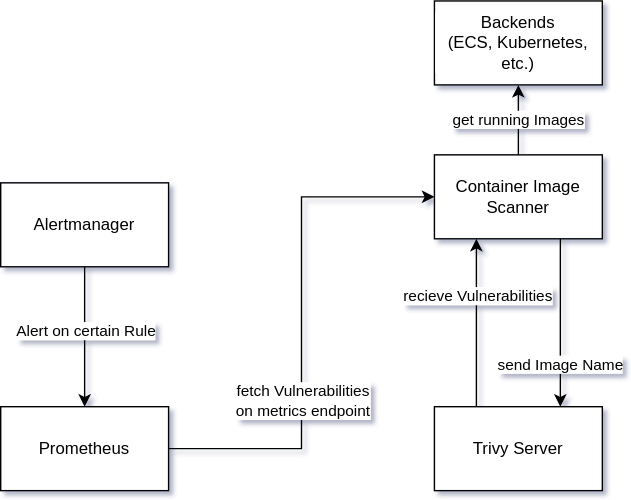
Earlier version of the draw.io export docs/kevo.drawio.svg (hown3d/container-image-scanner). Source tidied: cells renumbered, new cells last; positions are measured from the earlier drawing's top-left corner, leaving out a move shared by most shapes. Its diagram source:
```xml
<mxGraphModel>
  <root>
    <mxCell id="0" />
    <mxCell id="1" parent="0" />
    <mxCell id="2" value="send Image Name" style="edgeStyle=orthogonalEdgeStyle;rounded=0;jettySize=auto;html=1;exitX=0.75;exitY=1;exitDx=0;exitDy=0;entryX=0.75;entryY=0;entryDx=0;entryDy=0;fontColor=default;strokeColor=default;labelBackgroundColor=default;" parent="1" edge="1" source="6" target="9">
      <mxGeometry x="0.5" relative="1" as="geometry" />
    </mxCell>
    <mxCell id="3" style="edgeStyle=orthogonalEdgeStyle;rounded=0;jettySize=auto;html=1;exitX=1;exitY=0.5;exitDx=0;exitDy=0;entryX=0;entryY=0.5;entryDx=0;entryDy=0;labelBackgroundColor=default;fontColor=default;strokeColor=default;" parent="1" edge="1" source="13" target="6">
      <mxGeometry relative="1" as="geometry" />
    </mxCell>
    <mxCell id="4" value="fetch Vulnerabilities&lt;br&gt;on metrics endpoint" style="edgeLabel;html=1;align=center;verticalAlign=middle;fontColor=default;" parent="3" vertex="1">
      <mxGeometry x="-0.3" relative="1" as="geometry" />
    </mxCell>
    <mxCell id="5" value="get running Images" style="edgeStyle=orthogonalEdgeStyle;rounded=0;jettySize=auto;html=1;exitX=0.5;exitY=0;exitDx=0;exitDy=0;entryX=0.5;entryY=1;entryDx=0;entryDy=0;labelBackgroundColor=default;fontColor=default;strokeColor=default;" parent="1" edge="1" source="6" target="14">
      <mxGeometry relative="1" as="geometry" />
    </mxCell>
    <mxCell id="6" value="Container Image Scanner" style="rounded=0;whiteSpace=wrap;html=1;fillColor=default;strokeColor=default;fontColor=default;" parent="1" vertex="1">
      <mxGeometry x="310" y="110" width="120" height="60" as="geometry" />
    </mxCell>
    <mxCell id="7" style="edgeStyle=orthogonalEdgeStyle;rounded=0;jettySize=auto;html=1;exitX=0.25;exitY=0;exitDx=0;exitDy=0;entryX=0.25;entryY=1;entryDx=0;entryDy=0;fontColor=default;strokeColor=default;labelBackgroundColor=default;" parent="1" edge="1" source="9" target="6">
      <mxGeometry relative="1" as="geometry" />
    </mxCell>
    <mxCell id="8" value="recieve Vulnerabilities" style="edgeLabel;html=1;align=center;verticalAlign=middle;fontColor=default;labelBackgroundColor=default;" parent="7" vertex="1">
      <mxGeometry x="0.02" y="-3" relative="1" as="geometry">
        <mxPoint x="-3" y="-19" as="offset" />
      </mxGeometry>
    </mxCell>
    <mxCell id="9" value="Trivy Server" style="rounded=0;whiteSpace=wrap;html=1;fillColor=default;strokeColor=default;fontColor=default;" parent="1" vertex="1">
      <mxGeometry x="310" y="290" width="120" height="60" as="geometry" />
    </mxCell>
    <mxCell id="10" style="edgeStyle=orthogonalEdgeStyle;rounded=0;jettySize=auto;html=1;exitX=0.5;exitY=1;exitDx=0;exitDy=0;entryX=0.5;entryY=0;entryDx=0;entryDy=0;labelBackgroundColor=default;fontColor=default;strokeColor=default;" parent="1" edge="1" source="12" target="13">
      <mxGeometry relative="1" as="geometry" />
    </mxCell>
    <mxCell id="11" value="Alert on certain Rule" style="edgeLabel;html=1;align=center;verticalAlign=middle;fontColor=default;" parent="10" vertex="1">
      <mxGeometry x="-0.1" relative="1" as="geometry" />
    </mxCell>
    <mxCell id="12" value="Alertmanager" style="rounded=0;whiteSpace=wrap;html=1;fillColor=default;strokeColor=default;fontColor=default;" parent="1" vertex="1">
      <mxGeometry y="130" width="120" height="60" as="geometry" />
    </mxCell>
    <mxCell id="13" value="Prometheus" style="rounded=0;whiteSpace=wrap;html=1;fillColor=default;strokeColor=default;fontColor=default;" parent="1" vertex="1">
      <mxGeometry y="290" width="120" height="60" as="geometry" />
    </mxCell>
    <mxCell id="14" value="Backends&lt;br&gt;(ECS, Kubernetes, etc.)" style="rounded=0;whiteSpace=wrap;html=1;labelBackgroundColor=default;fontColor=default;strokeColor=default;fillColor=default;" parent="1" vertex="1">
      <mxGeometry x="310" width="120" height="60" as="geometry" />
    </mxCell>
  </root>
</mxGraphModel>
```
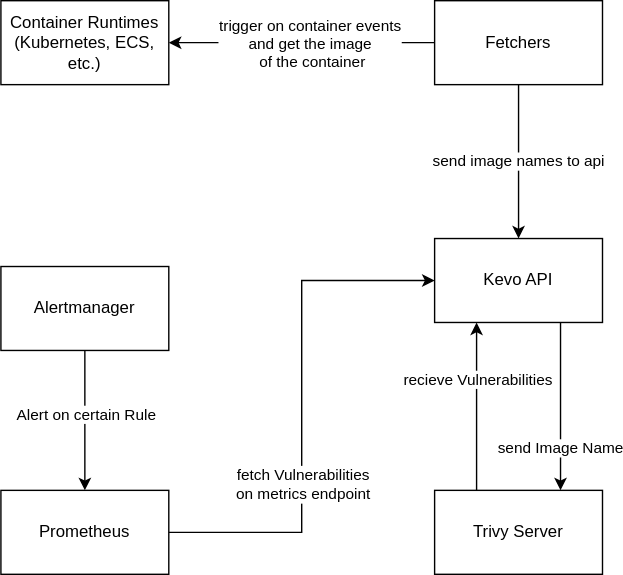
Above is the later version.

Change to the diagram source:
```diff
@@ -11,10 +11,10 @@
     <mxCell id="4" value="fetch Vulnerabilities&lt;br&gt;on metrics endpoint" style="edgeLabel;html=1;align=center;verticalAlign=middle;fontColor=default;" parent="3" vertex="1">
       <mxGeometry x="-0.3" relative="1" as="geometry" />
     </mxCell>
-    <mxCell id="5" value="get running Images" style="edgeStyle=orthogonalEdgeStyle;rounded=0;jettySize=auto;html=1;exitX=0.5;exitY=0;exitDx=0;exitDy=0;entryX=0.5;entryY=1;entryDx=0;entryDy=0;labelBackgroundColor=default;fontColor=default;strokeColor=default;" parent="1" edge="1" source="6" target="14">
+    <mxCell id="5" value="send image names to api" style="edgeStyle=orthogonalEdgeStyle;rounded=0;jettySize=auto;html=1;exitX=0.5;exitY=1;exitDx=0;exitDy=0;entryX=0.5;entryY=0;entryDx=0;entryDy=0;labelBackgroundColor=default;fontColor=default;strokeColor=default;" parent="1" edge="1" source="14" target="6">
       <mxGeometry relative="1" as="geometry" />
     </mxCell>
-    <mxCell id="6" value="Container Image Scanner" style="rounded=0;whiteSpace=wrap;html=1;fillColor=default;strokeColor=default;fontColor=default;" parent="1" vertex="1">
+    <mxCell id="6" value="Kevo API" style="rounded=0;whiteSpace=wrap;html=1;fillColor=default;strokeColor=default;fontColor=default;" parent="1" vertex="1">
       <mxGeometry x="310" y="110" width="120" height="60" as="geometry" />
     </mxCell>
     <mxCell id="7" style="edgeStyle=orthogonalEdgeStyle;rounded=0;jettySize=auto;html=1;exitX=0.25;exitY=0;exitDx=0;exitDy=0;entryX=0.25;entryY=1;entryDx=0;entryDy=0;fontColor=default;strokeColor=default;labelBackgroundColor=default;" parent="1" edge="1" source="9" target="6">
@@ -40,8 +40,24 @@
     <mxCell id="13" value="Prometheus" style="rounded=0;whiteSpace=wrap;html=1;fillColor=default;strokeColor=default;fontColor=default;" parent="1" vertex="1">
       <mxGeometry y="290" width="120" height="60" as="geometry" />
     </mxCell>
+    <mxCell id="15" style="edgeStyle=orthogonalEdgeStyle;rounded=0;jettySize=auto;html=1;entryX=1;entryY=0.5;entryDx=0;entryDy=0;" parent="1" edge="1" source="14" target="17">
+      <mxGeometry relative="1" as="geometry">
+        <Array as="points">
+          <mxPoint x="170" y="-30" />
+          <mxPoint x="170" y="-30" />
+        </Array>
+      </mxGeometry>
+    </mxCell>
+    <mxCell id="16" value="trigger on container events&lt;br&gt;and get the image&lt;br&gt;&amp;nbsp;of the container" style="edgeLabel;html=1;align=center;verticalAlign=middle;" parent="15" vertex="1">
+      <mxGeometry x="0.24" y="-1" relative="1" as="geometry">
+        <mxPoint x="28" y="1" as="offset" />
+      </mxGeometry>
+    </mxCell>
-    <mxCell id="14" value="Backends&lt;br&gt;(ECS, Kubernetes, etc.)" style="rounded=0;whiteSpace=wrap;html=1;labelBackgroundColor=default;fontColor=default;strokeColor=default;fillColor=default;" parent="1" vertex="1">
-      <mxGeometry x="310" width="120" height="60" as="geometry" />
+    <mxCell id="14" value="Fetchers&lt;br&gt;" style="rounded=0;whiteSpace=wrap;html=1;labelBackgroundColor=default;fontColor=default;strokeColor=default;fillColor=default;" parent="1" vertex="1">
+      <mxGeometry x="310" y="-60" width="120" height="60" as="geometry" />
     </mxCell>
+    <mxCell id="17" value="Container Runtimes&lt;br&gt;(Kubernetes, ECS, etc.)" style="rounded=0;whiteSpace=wrap;html=1;" parent="1" vertex="1">
+      <mxGeometry y="-60" width="120" height="60" as="geometry" />
+    </mxCell>
   </root>
 </mxGraphModel>
```
